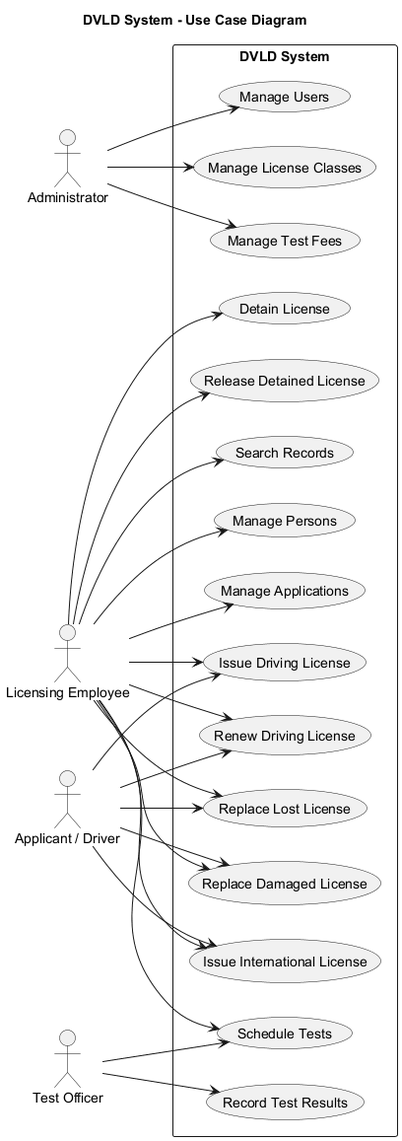
This is docs/UML/diagram/use-case-diagram.png from anasemadanas/DVLD, a PlantUML export, as it was before one commit.
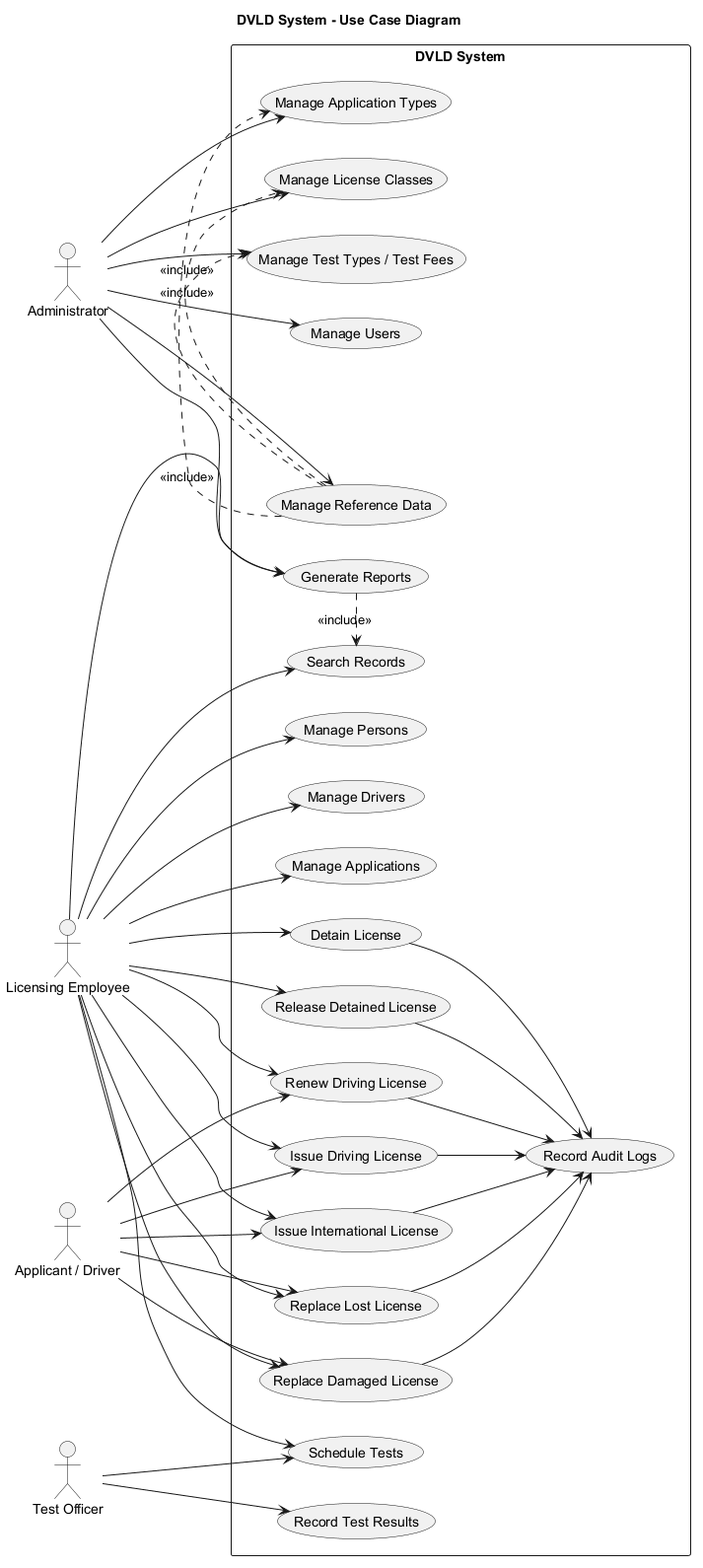
The same file after the commit.

Change to the diagram source:
```diff
@@ -7,50 +7,74 @@
 actor "Administrator" as Admin
 actor "Licensing Employee" as Employee
 actor "Test Officer" as Officer
-actor "Applicant / Driver" as Driver
+actor "Applicant / Driver" as Applicant
 
 rectangle "DVLD System" {
-
   usecase "Manage Users" as UC1
   usecase "Manage Persons" as UC2
-  usecase "Manage Applications" as UC3
-  usecase "Schedule Tests" as UC4
-  usecase "Record Test Results" as UC5
-  usecase "Issue Driving License" as UC6
-  usecase "Renew Driving License" as UC7
-  usecase "Replace Lost License" as UC8
-  usecase "Replace Damaged License" as UC9
-  usecase "Detain License" as UC10
-  usecase "Release Detained License" as UC11
-  usecase "Issue International License" as UC12
-  usecase "Search Records" as UC13
-  usecase "Manage License Classes" as UC14
-  usecase "Manage Test Fees" as UC15
+  usecase "Manage Drivers" as UC3
+  usecase "Manage Applications" as UC4
+  usecase "Manage Application Types" as UC5
+  usecase "Manage License Classes" as UC6
+  usecase "Manage Test Types / Test Fees" as UC7
+  usecase "Manage Reference Data" as UC19
+
+  usecase "Schedule Tests" as UC8
+  usecase "Record Test Results" as UC9
+
+  usecase "Issue Driving License" as UC10
+  usecase "Renew Driving License" as UC11
+  usecase "Replace Lost License" as UC12
+  usecase "Replace Damaged License" as UC13
+  usecase "Detain License" as UC14
+  usecase "Release Detained License" as UC15
+  usecase "Issue International License" as UC16
+
+  usecase "Search Records" as UC17
+  usecase "Record Audit Logs" as UC18
+  usecase "Generate Reports" as UC20
 }
 
 Admin --> UC1
-Admin --> UC14
-Admin --> UC15
+Admin --> UC5
+Admin --> UC6
+Admin --> UC7
+Admin --> UC19
+Admin --> UC20
 
 Employee --> UC2
 Employee --> UC3
 Employee --> UC4
-Employee --> UC6
-Employee --> UC7
 Employee --> UC8
-Employee --> UC9
 Employee --> UC10
 Employee --> UC11
 Employee --> UC12
 Employee --> UC13
+Employee --> UC14
+Employee --> UC15
+Employee --> UC16
+Employee --> UC17
+Employee --> UC20
 
-Officer --> UC4
-Officer --> UC5
+Officer --> UC8
+Officer --> UC9
 
-Driver --> UC6
-Driver --> UC7
-Driver --> UC8
-Driver --> UC9
-Driver --> UC12
+Applicant --> UC10
+Applicant --> UC11
+Applicant --> UC12
+Applicant --> UC13
+Applicant --> UC16
+
+UC10 --> UC18
+UC11 --> UC18
+UC12 --> UC18
+UC13 --> UC18
+UC14 --> UC18
+UC15 --> UC18
+UC16 --> UC18
+UC19 .> UC5 : <<include>>
+UC19 .> UC6 : <<include>>
+UC19 .> UC7 : <<include>>
+UC20 .> UC17 : <<include>>
 
 @enduml
```
